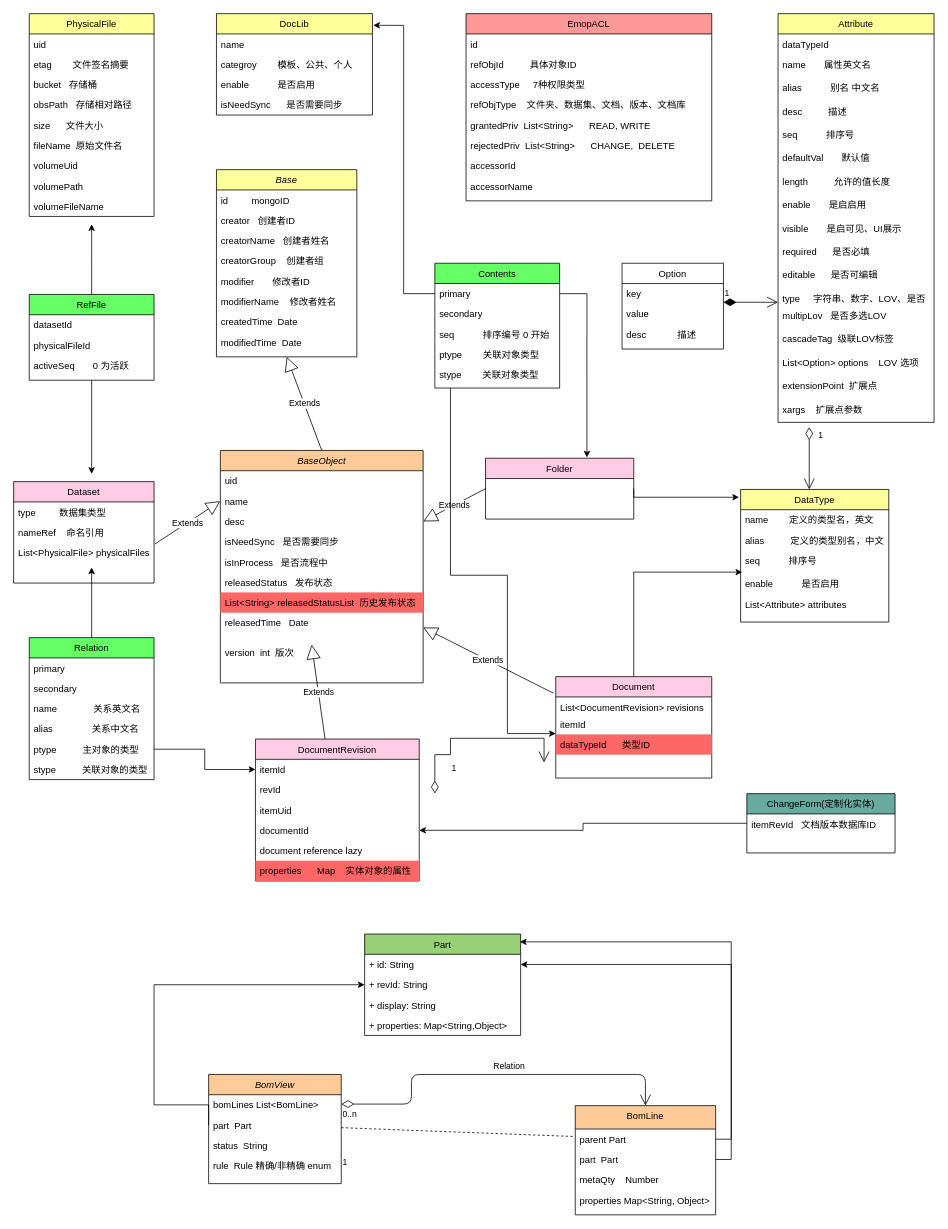
Before: design collaboration.drawio in lvmq/emop, a draw.io diagram. Source tidied: cells renumbered, new cells numbered last; positions are measured from the earlier drawing's top-left corner, leaving out a move shared by most shapes. Both pictures are drawn from the tidied source at 78%, with x=0, y=0 at pixel (13, 13).
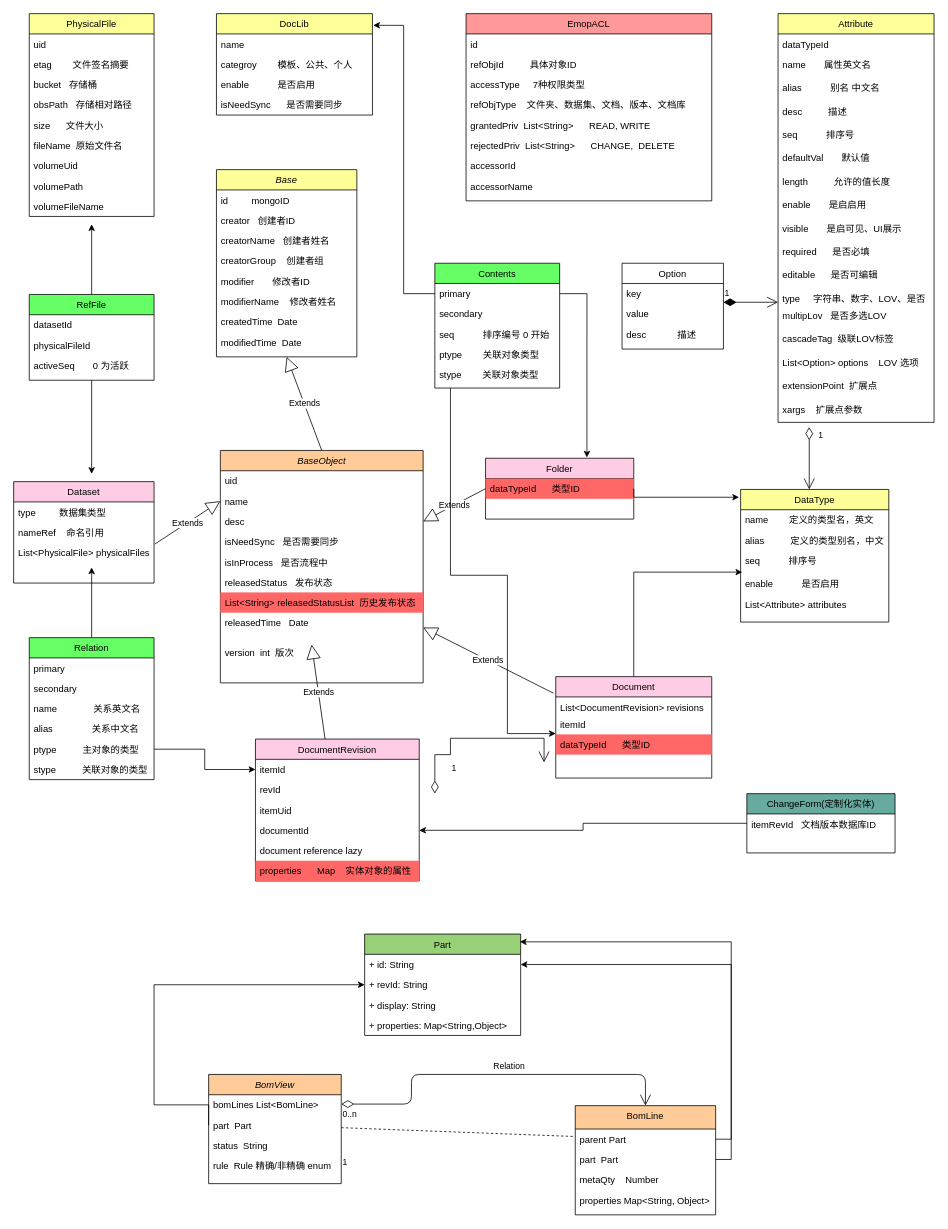
The same page after the edit.

Unchanged cells that the change refers to:
```xml
<mxCell id="16" value="Folder&#10;" style="swimlane;fontStyle=0;align=center;verticalAlign=top;horizontal=1;startSize=26;rounded=0;shadow=0;strokeWidth=1;fillColor=#FFCCE6;" parent="1" vertex="1">
  <mxGeometry x="605" y="570" width="190" height="78" as="geometry" />
</mxCell>
```

The edit, as a diff of the source:
```diff
@@
+    <mxCell id="148" value="dataTypeId      类型ID" style="text;align=left;verticalAlign=top;spacingLeft=4;spacingRight=4;overflow=hidden;fillColor=#FF6666;" parent="16" vertex="1">
+      <mxGeometry y="26" width="190" height="26" as="geometry" />
+    </mxCell>
```
